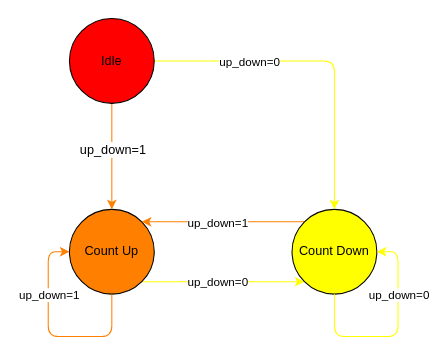
gordonpow/lab_hardware_test keeps this draw.io diagram as 1/FSM.drawio. Above is the earlier version. Source tidied: cells renumbered, new cells numbered last; positions are measured from the earlier drawing's top-left corner, leaving out a move shared by most shapes. Both pictures are drawn from the tidied source at 106%, with x=0, y=0 at pixel (48, 18).
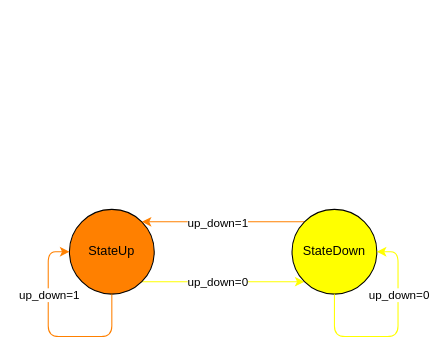
The same page after the edit.

The edit, as a diff of the source:
```diff
@@
-    <mxCell id="4" value="&lt;font color=&quot;#000000&quot;&gt;Count Up&lt;/font&gt;" style="ellipse;whiteSpace=wrap;html=1;fillColor=#FF8000;" parent="1" vertex="1">
+    <mxCell id="4" value="&lt;font color=&quot;#000000&quot;&gt;StateUp&lt;/font&gt;" style="ellipse;whiteSpace=wrap;html=1;fillColor=#FF8000;" parent="1" vertex="1">
       <mxGeometry x="20" y="180" width="80" height="80" as="geometry" />
     </mxCell>
@@
-    <mxCell id="7" value="&lt;font color=&quot;#000000&quot;&gt;Count Down&lt;/font&gt;" style="ellipse;whiteSpace=wrap;html=1;fillColor=#FFFF00;" parent="1" vertex="1">
+    <mxCell id="7" value="&lt;font color=&quot;#000000&quot;&gt;StateDown&lt;/font&gt;" style="ellipse;whiteSpace=wrap;html=1;fillColor=#FFFF00;" parent="1" vertex="1">
       <mxGeometry x="230" y="180" width="80" height="80" as="geometry" />
     </mxCell>
-    <mxCell id="8" style="edgeStyle=none;html=1;exitX=0.5;exitY=1;exitDx=0;exitDy=0;entryX=0.5;entryY=0;entryDx=0;entryDy=0;fillColor=#f5f5f5;strokeColor=#FF8000;" parent="1" edge="1" source="12" target="4">
-      <mxGeometry relative="1" as="geometry" />
-    </mxCell>
-    <mxCell id="9" value="&lt;span style=&quot;font-size: 12px;&quot;&gt;&lt;font&gt;up_down=1&lt;/font&gt;&lt;/span&gt;" style="edgeLabel;html=1;align=center;verticalAlign=middle;fontColor=#000000;labelBackgroundColor=#FFFFFF;" parent="8" vertex="1">
-      <mxGeometry x="-0.14" relative="1" as="geometry" />
-    </mxCell>
-    <mxCell id="10" style="edgeStyle=none;html=1;exitX=1;exitY=0.5;exitDx=0;exitDy=0;entryX=0.5;entryY=0;entryDx=0;entryDy=0;fillColor=#f5f5f5;strokeColor=#FFFF00;" parent="1" edge="1" source="12" target="7">
-      <mxGeometry relative="1" as="geometry">
-        <Array as="points">
-          <mxPoint x="270" y="40" />
-        </Array>
-      </mxGeometry>
-    </mxCell>
-    <mxCell id="11" value="&lt;font&gt;up_down=0&lt;/font&gt;" style="edgeLabel;html=1;align=center;verticalAlign=middle;fontColor=#000000;labelBackgroundColor=#FFFFFF;" parent="10" vertex="1">
-      <mxGeometry x="-0.32" y="-1" relative="1" as="geometry">
-        <mxPoint x="-16" y="-1" as="offset" />
-      </mxGeometry>
-    </mxCell>
-    <mxCell id="12" value="&lt;font color=&quot;#000000&quot;&gt;Idle&lt;/font&gt;" style="ellipse;whiteSpace=wrap;html=1;fillColor=#FF0000;" parent="1" vertex="1">
-      <mxGeometry x="20" width="80" height="80" as="geometry" />
-    </mxCell>
```
